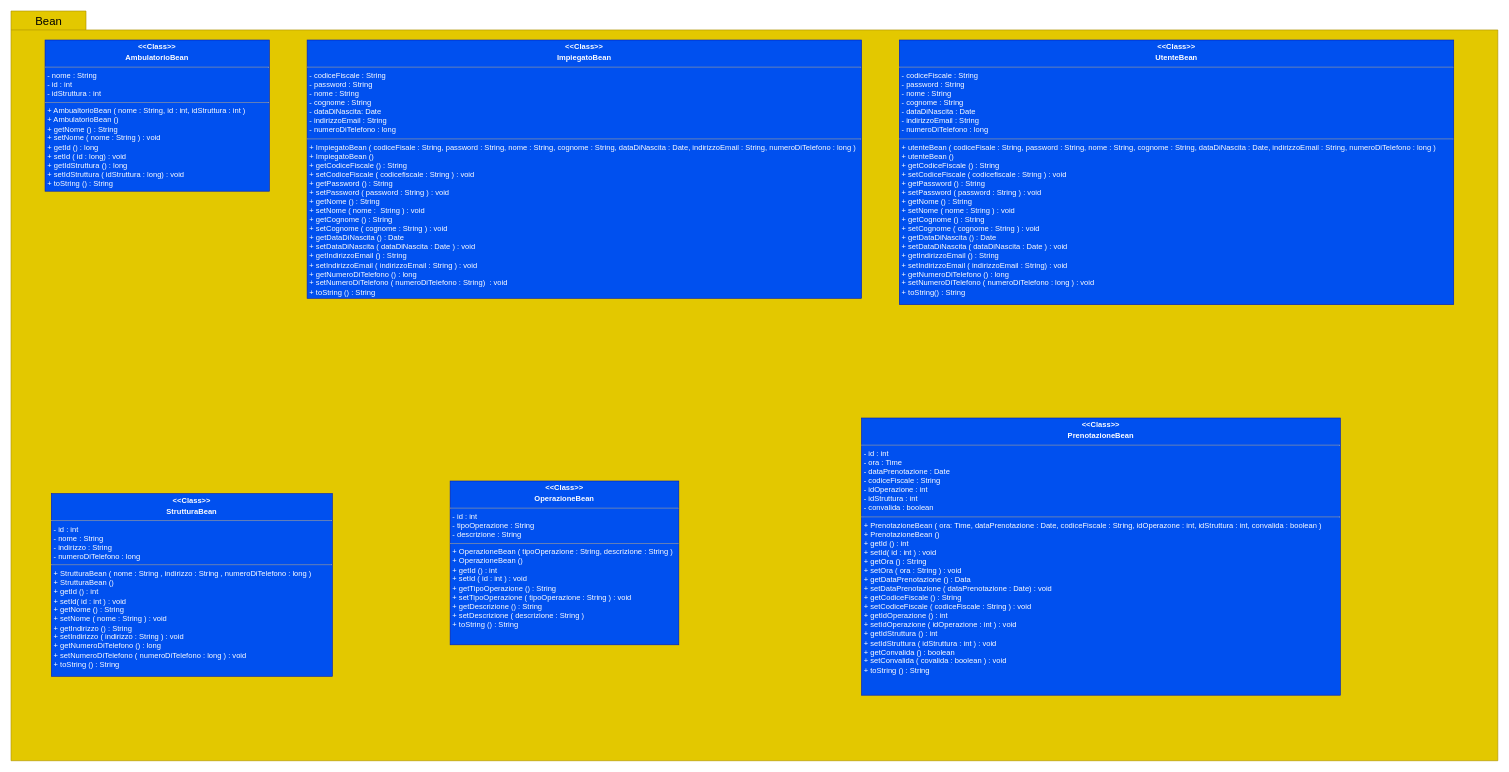
Above: Documenti/ODD/Packages/Beans.drawio in Givaa/MedQueue (draw.io), before the change. Source tidied: cells renumbered, new cells numbered last; positions are measured from the earlier drawing's top-left corner, leaving out a move shared by most shapes. Both pictures are drawn from the tidied source at 63%, with x=0, y=0 at pixel (11, 11).
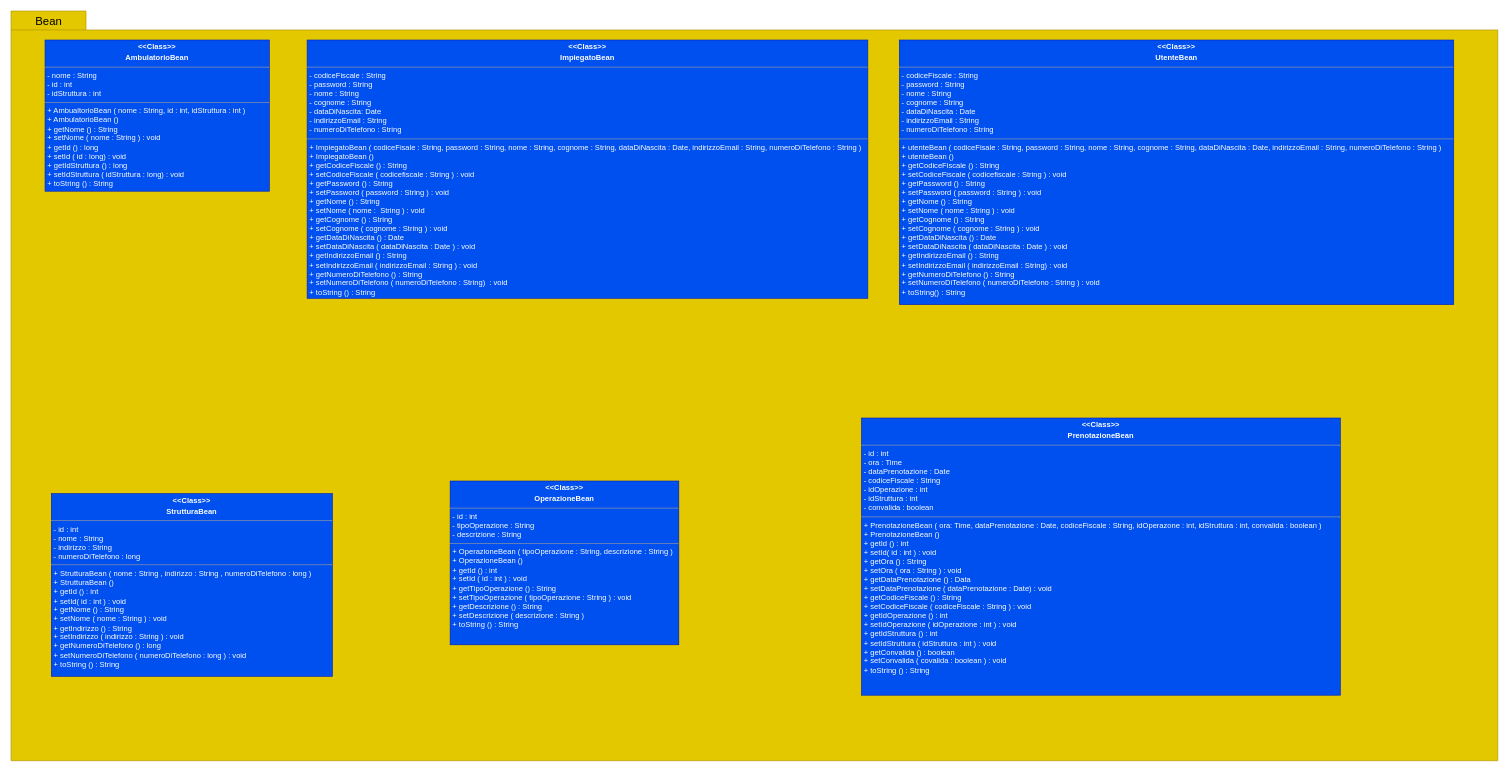
Above is the later version.

What changed in the source:
```diff
@@
 <mxGraphModel>
   <root>
     <mxCell id="0" />
     <mxCell id="1" parent="0" />
     <mxCell id="2" style="shape=folder;fontStyle=1;spacingTop=10;tabWidth=110;tabHeight=30;tabPosition=left;html=1;fillColor=#e3c800;strokeColor=#B09500;fontColor=#ffffff;" parent="1" vertex="1">
       <mxGeometry width="2360" height="1190" as="geometry" />
     </mxCell>
     <mxCell id="3" value="&lt;font style=&quot;font-size: 18px&quot;&gt;Bean&lt;/font&gt;" style="text;html=1;strokeColor=none;fillColor=none;align=center;verticalAlign=middle;whiteSpace=wrap;rounded=0;" parent="1" vertex="1">
       <mxGeometry x="40" y="6" width="40" height="20" as="geometry" />
     </mxCell>
     <mxCell id="4" value="&lt;p style=&quot;margin: 0px ; margin-top: 4px ; text-align: center&quot;&gt;&lt;b&gt;&amp;lt;&amp;lt;Class&amp;gt;&amp;gt;&lt;/b&gt;&lt;/p&gt;&lt;p style=&quot;margin: 0px ; margin-top: 4px ; text-align: center&quot;&gt;&lt;b&gt;AmbulatorioBean&lt;/b&gt;&lt;/p&gt;&lt;hr size=&quot;1&quot;&gt;&lt;p style=&quot;margin: 0px ; margin-left: 4px&quot;&gt;- nome : String&lt;/p&gt;&lt;p style=&quot;margin: 0px ; margin-left: 4px&quot;&gt;- id : int&lt;/p&gt;&lt;p style=&quot;margin: 0px ; margin-left: 4px&quot;&gt;- idStruttura : int&lt;/p&gt;&lt;hr size=&quot;1&quot;&gt;&lt;p style=&quot;margin: 0px ; margin-left: 4px&quot;&gt;+ AmbualtorioBean ( nome : String, id : int, idStruttura : int )&lt;/p&gt;&lt;p style=&quot;margin: 0px ; margin-left: 4px&quot;&gt;+ AmbulatorioBean ()&lt;/p&gt;&lt;p style=&quot;margin: 0px ; margin-left: 4px&quot;&gt;+ getNome () : String&lt;/p&gt;&lt;p style=&quot;margin: 0px ; margin-left: 4px&quot;&gt;+ setNome ( nome : String ) : void&lt;/p&gt;&lt;p style=&quot;margin: 0px ; margin-left: 4px&quot;&gt;+ getId () : long&lt;/p&gt;&lt;p style=&quot;margin: 0px ; margin-left: 4px&quot;&gt;+ setId ( id :&lt;span&gt;&amp;nbsp;long) : void&lt;/span&gt;&lt;/p&gt;&lt;p style=&quot;margin: 0px ; margin-left: 4px&quot;&gt;+ getIdStruttura () : long&lt;/p&gt;&lt;p style=&quot;margin: 0px ; margin-left: 4px&quot;&gt;+ setIdStruttura ( idStruttura : long) : void&lt;/p&gt;&lt;p style=&quot;margin: 0px ; margin-left: 4px&quot;&gt;+ toString () : String&lt;/p&gt;&lt;p style=&quot;margin: 0px ; margin-left: 4px&quot;&gt;&lt;br&gt;&lt;/p&gt;" style="verticalAlign=top;align=left;overflow=fill;fontSize=12;fontFamily=Helvetica;html=1;fillColor=#0050ef;strokeColor=#001DBC;fontColor=#ffffff;" parent="1" vertex="1">
       <mxGeometry x="54" y="46" width="356" height="240" as="geometry" />
     </mxCell>
-    <mxCell id="5" value="&lt;p style=&quot;margin: 0px ; margin-top: 4px ; text-align: center&quot;&gt;&lt;b&gt;&amp;lt;&amp;lt;Class&amp;gt;&amp;gt;&lt;/b&gt;&lt;b&gt;&lt;br&gt;&lt;/b&gt;&lt;/p&gt;&lt;p style=&quot;margin: 0px ; margin-top: 4px ; text-align: center&quot;&gt;&lt;b&gt;ImpiegatoBean&lt;/b&gt;&lt;/p&gt;&lt;hr size=&quot;1&quot;&gt;&lt;p style=&quot;margin: 0px ; margin-left: 4px&quot;&gt;- codiceFiscale : String&lt;/p&gt;&lt;p style=&quot;margin: 0px ; margin-left: 4px&quot;&gt;- password : String&lt;/p&gt;&lt;p style=&quot;margin: 0px ; margin-left: 4px&quot;&gt;- nome : String&lt;/p&gt;&lt;p style=&quot;margin: 0px ; margin-left: 4px&quot;&gt;- cognome : String&lt;/p&gt;&lt;p style=&quot;margin: 0px ; margin-left: 4px&quot;&gt;- dataDiNascita: Date&lt;/p&gt;&lt;p style=&quot;margin: 0px ; margin-left: 4px&quot;&gt;- indirizzoEmail : String&lt;/p&gt;&lt;p style=&quot;margin: 0px ; margin-left: 4px&quot;&gt;- numeroDiTelefono : long&lt;/p&gt;&lt;hr size=&quot;1&quot;&gt;&lt;p style=&quot;margin: 0px ; margin-left: 4px&quot;&gt;+ ImpiegatoBean ( codiceFisale : String, password : String, nome : String, cognome : String, dataDiNascita : Date, indirizzoEmail : String, numeroDiTelefono : long )&lt;/p&gt;&lt;p style=&quot;margin: 0px ; margin-left: 4px&quot;&gt;+ ImpiegatoBean ()&lt;/p&gt;&lt;p style=&quot;margin: 0px ; margin-left: 4px&quot;&gt;+ getCodiceFiscale () : String&lt;/p&gt;&lt;p style=&quot;margin: 0px ; margin-left: 4px&quot;&gt;+ setCodiceFiscale ( codicefiscale : String ) : void&lt;/p&gt;&lt;p style=&quot;margin: 0px ; margin-left: 4px&quot;&gt;+ getPassword () : String&lt;/p&gt;&lt;p style=&quot;margin: 0px ; margin-left: 4px&quot;&gt;+ setPassword ( password : String ) : void&lt;/p&gt;&lt;p style=&quot;margin: 0px ; margin-left: 4px&quot;&gt;+ getNome () : String&lt;/p&gt;&lt;p style=&quot;margin: 0px ; margin-left: 4px&quot;&gt;+ setNome ( nome :&amp;nbsp; String ) : void&lt;/p&gt;&lt;p style=&quot;margin: 0px ; margin-left: 4px&quot;&gt;+ getCognome () : String&lt;/p&gt;&lt;p style=&quot;margin: 0px ; margin-left: 4px&quot;&gt;+ setCognome ( cognome : String ) : void&lt;/p&gt;&lt;p style=&quot;margin: 0px ; margin-left: 4px&quot;&gt;+ getDataDiNascita () : Date&lt;/p&gt;&lt;p style=&quot;margin: 0px ; margin-left: 4px&quot;&gt;+ setDataDiNascita ( dataDiNascita : Date ) : void&lt;/p&gt;&lt;p style=&quot;margin: 0px ; margin-left: 4px&quot;&gt;+ getIndirizzoEmail () : String&lt;/p&gt;&lt;p style=&quot;margin: 0px ; margin-left: 4px&quot;&gt;+ setIndirizzoEmail ( indirizzoEmail : String ) : void&lt;/p&gt;&lt;p style=&quot;margin: 0px ; margin-left: 4px&quot;&gt;+ getNumeroDiTelefono () : long&lt;/p&gt;&lt;p style=&quot;margin: 0px ; margin-left: 4px&quot;&gt;+ setNumeroDiTelefono ( numeroDiTelefono : String)&amp;nbsp; : void&lt;/p&gt;&lt;p style=&quot;margin: 0px ; margin-left: 4px&quot;&gt;+ toString () : String&lt;/p&gt;&lt;p style=&quot;margin: 0px ; margin-left: 4px&quot;&gt;&lt;br&gt;&lt;/p&gt;&lt;p style=&quot;margin: 0px ; margin-left: 4px&quot;&gt;&lt;br&gt;&lt;/p&gt;" style="verticalAlign=top;align=left;overflow=fill;fontSize=12;fontFamily=Helvetica;html=1;fillColor=#0050ef;strokeColor=#001DBC;fontColor=#ffffff;" parent="1" vertex="1">
-      <mxGeometry x="470" y="46" width="880" height="410" as="geometry" />
+    <mxCell id="5" value="&lt;p style=&quot;margin: 0px ; margin-top: 4px ; text-align: center&quot;&gt;&lt;b&gt;&amp;lt;&amp;lt;Class&amp;gt;&amp;gt;&lt;/b&gt;&lt;b&gt;&lt;br&gt;&lt;/b&gt;&lt;/p&gt;&lt;p style=&quot;margin: 0px ; margin-top: 4px ; text-align: center&quot;&gt;&lt;b&gt;ImpiegatoBean&lt;/b&gt;&lt;/p&gt;&lt;hr size=&quot;1&quot;&gt;&lt;p style=&quot;margin: 0px ; margin-left: 4px&quot;&gt;- codiceFiscale : String&lt;/p&gt;&lt;p style=&quot;margin: 0px ; margin-left: 4px&quot;&gt;- password : String&lt;/p&gt;&lt;p style=&quot;margin: 0px ; margin-left: 4px&quot;&gt;- nome : String&lt;/p&gt;&lt;p style=&quot;margin: 0px ; margin-left: 4px&quot;&gt;- cognome : String&lt;/p&gt;&lt;p style=&quot;margin: 0px ; margin-left: 4px&quot;&gt;- dataDiNascita: Date&lt;/p&gt;&lt;p style=&quot;margin: 0px ; margin-left: 4px&quot;&gt;- indirizzoEmail : String&lt;/p&gt;&lt;p style=&quot;margin: 0px ; margin-left: 4px&quot;&gt;- numeroDiTelefono : String&lt;/p&gt;&lt;hr size=&quot;1&quot;&gt;&lt;p style=&quot;margin: 0px ; margin-left: 4px&quot;&gt;+ ImpiegatoBean ( codiceFisale : String, password : String, nome : String, cognome : String, dataDiNascita : Date, indirizzoEmail : String, numeroDiTelefono : String )&lt;/p&gt;&lt;p style=&quot;margin: 0px ; margin-left: 4px&quot;&gt;+ ImpiegatoBean ()&lt;/p&gt;&lt;p style=&quot;margin: 0px ; margin-left: 4px&quot;&gt;+ getCodiceFiscale () : String&lt;/p&gt;&lt;p style=&quot;margin: 0px ; margin-left: 4px&quot;&gt;+ setCodiceFiscale ( codicefiscale : String ) : void&lt;/p&gt;&lt;p style=&quot;margin: 0px ; margin-left: 4px&quot;&gt;+ getPassword () : String&lt;/p&gt;&lt;p style=&quot;margin: 0px ; margin-left: 4px&quot;&gt;+ setPassword ( password : String ) : void&lt;/p&gt;&lt;p style=&quot;margin: 0px ; margin-left: 4px&quot;&gt;+ getNome () : String&lt;/p&gt;&lt;p style=&quot;margin: 0px ; margin-left: 4px&quot;&gt;+ setNome ( nome :&amp;nbsp; String ) : void&lt;/p&gt;&lt;p style=&quot;margin: 0px ; margin-left: 4px&quot;&gt;+ getCognome () : String&lt;/p&gt;&lt;p style=&quot;margin: 0px ; margin-left: 4px&quot;&gt;+ setCognome ( cognome : String ) : void&lt;/p&gt;&lt;p style=&quot;margin: 0px ; margin-left: 4px&quot;&gt;+ getDataDiNascita () : Date&lt;/p&gt;&lt;p style=&quot;margin: 0px ; margin-left: 4px&quot;&gt;+ setDataDiNascita ( dataDiNascita : Date ) : void&lt;/p&gt;&lt;p style=&quot;margin: 0px ; margin-left: 4px&quot;&gt;+ getIndirizzoEmail () : String&lt;/p&gt;&lt;p style=&quot;margin: 0px ; margin-left: 4px&quot;&gt;+ setIndirizzoEmail ( indirizzoEmail : String ) : void&lt;/p&gt;&lt;p style=&quot;margin: 0px ; margin-left: 4px&quot;&gt;+ getNumeroDiTelefono () : String&lt;/p&gt;&lt;p style=&quot;margin: 0px ; margin-left: 4px&quot;&gt;+ setNumeroDiTelefono ( numeroDiTelefono : String)&amp;nbsp; : void&lt;/p&gt;&lt;p style=&quot;margin: 0px ; margin-left: 4px&quot;&gt;+ toString () : String&lt;/p&gt;&lt;p style=&quot;margin: 0px ; margin-left: 4px&quot;&gt;&lt;br&gt;&lt;/p&gt;&lt;p style=&quot;margin: 0px ; margin-left: 4px&quot;&gt;&lt;br&gt;&lt;/p&gt;" style="verticalAlign=top;align=left;overflow=fill;fontSize=12;fontFamily=Helvetica;html=1;fillColor=#0050ef;strokeColor=#001DBC;fontColor=#ffffff;" parent="1" vertex="1">
+      <mxGeometry x="470" y="46" width="890" height="410" as="geometry" />
     </mxCell>
-    <mxCell id="6" value="&lt;p style=&quot;margin: 0px ; margin-top: 4px ; text-align: center&quot;&gt;&lt;b&gt;&amp;lt;&amp;lt;Class&amp;gt;&amp;gt;&lt;/b&gt;&lt;b&gt;&lt;br&gt;&lt;/b&gt;&lt;/p&gt;&lt;p style=&quot;margin: 0px ; margin-top: 4px ; text-align: center&quot;&gt;&lt;b&gt;UtenteBean&lt;/b&gt;&lt;/p&gt;&lt;hr size=&quot;1&quot;&gt;&lt;p style=&quot;margin: 0px ; margin-left: 4px&quot;&gt;- codiceFiscale : String&lt;/p&gt;&lt;p style=&quot;margin: 0px ; margin-left: 4px&quot;&gt;- password : String&lt;/p&gt;&lt;p style=&quot;margin: 0px ; margin-left: 4px&quot;&gt;- nome : String&lt;/p&gt;&lt;p style=&quot;margin: 0px ; margin-left: 4px&quot;&gt;- cognome : String&lt;/p&gt;&lt;p style=&quot;margin: 0px ; margin-left: 4px&quot;&gt;- dataDiNascita : Date&lt;/p&gt;&lt;p style=&quot;margin: 0px ; margin-left: 4px&quot;&gt;- indirizzoEmail : String&lt;/p&gt;&lt;p style=&quot;margin: 0px ; margin-left: 4px&quot;&gt;- numeroDiTelefono : long&lt;/p&gt;&lt;hr size=&quot;1&quot;&gt;&lt;p style=&quot;margin: 0px ; margin-left: 4px&quot;&gt;+ utenteBean ( codiceFisale : String, password : String, nome : String, cognome : String, dataDiNascita : Date, indirizzoEmail : String, numeroDiTelefono : long )&lt;/p&gt;&lt;p style=&quot;margin: 0px ; margin-left: 4px&quot;&gt;+ utenteBean ()&lt;/p&gt;&lt;p style=&quot;margin: 0px ; margin-left: 4px&quot;&gt;+ getCodiceFiscale () : String&lt;/p&gt;&lt;p style=&quot;margin: 0px ; margin-left: 4px&quot;&gt;+ setCodiceFiscale ( codicefiscale : String ) : void&lt;/p&gt;&lt;p style=&quot;margin: 0px ; margin-left: 4px&quot;&gt;+ getPassword () : String&lt;/p&gt;&lt;p style=&quot;margin: 0px ; margin-left: 4px&quot;&gt;+ setPassword ( password : String ) : void&lt;/p&gt;&lt;p style=&quot;margin: 0px ; margin-left: 4px&quot;&gt;+ getNome () : String&lt;/p&gt;&lt;p style=&quot;margin: 0px ; margin-left: 4px&quot;&gt;+ setNome ( nome : String ) : void&lt;/p&gt;&lt;p style=&quot;margin: 0px ; margin-left: 4px&quot;&gt;+ getCognome () : String&lt;/p&gt;&lt;p style=&quot;margin: 0px ; margin-left: 4px&quot;&gt;+ setCognome ( cognome : String ) : void&lt;/p&gt;&lt;p style=&quot;margin: 0px ; margin-left: 4px&quot;&gt;+ getDataDiNascita () : Date&lt;/p&gt;&lt;p style=&quot;margin: 0px ; margin-left: 4px&quot;&gt;+ setDataDiNascita ( dataDiNascita : Date ) : void&lt;/p&gt;&lt;p style=&quot;margin: 0px ; margin-left: 4px&quot;&gt;+ getIndirizzoEmail () : String&lt;/p&gt;&lt;p style=&quot;margin: 0px ; margin-left: 4px&quot;&gt;+ setIndirizzoEmail ( indirizzoEmail : String) : void&lt;/p&gt;&lt;p style=&quot;margin: 0px ; margin-left: 4px&quot;&gt;+ getNumeroDiTelefono () : long&lt;/p&gt;&lt;p style=&quot;margin: 0px ; margin-left: 4px&quot;&gt;+ setNumeroDiTelefono ( numeroDiTelefono : long ) : void&lt;/p&gt;&lt;p style=&quot;margin: 0px ; margin-left: 4px&quot;&gt;+ toString() : String&lt;/p&gt;&lt;p style=&quot;margin: 0px ; margin-left: 4px&quot;&gt;&lt;br&gt;&lt;/p&gt;&lt;p style=&quot;margin: 0px ; margin-left: 4px&quot;&gt;&lt;br&gt;&lt;/p&gt;" style="verticalAlign=top;align=left;overflow=fill;fontSize=12;fontFamily=Helvetica;html=1;fillColor=#0050ef;strokeColor=#001DBC;fontColor=#ffffff;" parent="1" vertex="1">
+    <mxCell id="6" value="&lt;p style=&quot;margin: 0px ; margin-top: 4px ; text-align: center&quot;&gt;&lt;b&gt;&amp;lt;&amp;lt;Class&amp;gt;&amp;gt;&lt;/b&gt;&lt;b&gt;&lt;br&gt;&lt;/b&gt;&lt;/p&gt;&lt;p style=&quot;margin: 0px ; margin-top: 4px ; text-align: center&quot;&gt;&lt;b&gt;UtenteBean&lt;/b&gt;&lt;/p&gt;&lt;hr size=&quot;1&quot;&gt;&lt;p style=&quot;margin: 0px ; margin-left: 4px&quot;&gt;- codiceFiscale : String&lt;/p&gt;&lt;p style=&quot;margin: 0px ; margin-left: 4px&quot;&gt;- password : String&lt;/p&gt;&lt;p style=&quot;margin: 0px ; margin-left: 4px&quot;&gt;- nome : String&lt;/p&gt;&lt;p style=&quot;margin: 0px ; margin-left: 4px&quot;&gt;- cognome : String&lt;/p&gt;&lt;p style=&quot;margin: 0px ; margin-left: 4px&quot;&gt;- dataDiNascita : Date&lt;/p&gt;&lt;p style=&quot;margin: 0px ; margin-left: 4px&quot;&gt;- indirizzoEmail : String&lt;/p&gt;&lt;p style=&quot;margin: 0px ; margin-left: 4px&quot;&gt;- numeroDiTelefono : String&lt;/p&gt;&lt;hr size=&quot;1&quot;&gt;&lt;p style=&quot;margin: 0px ; margin-left: 4px&quot;&gt;+ utenteBean ( codiceFisale : String, password : String, nome : String, cognome : String, dataDiNascita : Date, indirizzoEmail : String, numeroDiTelefono : String )&lt;/p&gt;&lt;p style=&quot;margin: 0px ; margin-left: 4px&quot;&gt;+ utenteBean ()&lt;/p&gt;&lt;p style=&quot;margin: 0px ; margin-left: 4px&quot;&gt;+ getCodiceFiscale () : String&lt;/p&gt;&lt;p style=&quot;margin: 0px ; margin-left: 4px&quot;&gt;+ setCodiceFiscale ( codicefiscale : String ) : void&lt;/p&gt;&lt;p style=&quot;margin: 0px ; margin-left: 4px&quot;&gt;+ getPassword () : String&lt;/p&gt;&lt;p style=&quot;margin: 0px ; margin-left: 4px&quot;&gt;+ setPassword ( password : String ) : void&lt;/p&gt;&lt;p style=&quot;margin: 0px ; margin-left: 4px&quot;&gt;+ getNome () : String&lt;/p&gt;&lt;p style=&quot;margin: 0px ; margin-left: 4px&quot;&gt;+ setNome ( nome : String ) : void&lt;/p&gt;&lt;p style=&quot;margin: 0px ; margin-left: 4px&quot;&gt;+ getCognome () : String&lt;/p&gt;&lt;p style=&quot;margin: 0px ; margin-left: 4px&quot;&gt;+ setCognome ( cognome : String ) : void&lt;/p&gt;&lt;p style=&quot;margin: 0px ; margin-left: 4px&quot;&gt;+ getDataDiNascita () : Date&lt;/p&gt;&lt;p style=&quot;margin: 0px ; margin-left: 4px&quot;&gt;+ setDataDiNascita ( dataDiNascita : Date ) : void&lt;/p&gt;&lt;p style=&quot;margin: 0px ; margin-left: 4px&quot;&gt;+ getIndirizzoEmail () : String&lt;/p&gt;&lt;p style=&quot;margin: 0px ; margin-left: 4px&quot;&gt;+ setIndirizzoEmail ( indirizzoEmail : String) : void&lt;/p&gt;&lt;p style=&quot;margin: 0px ; margin-left: 4px&quot;&gt;+ getNumeroDiTelefono () : String&lt;/p&gt;&lt;p style=&quot;margin: 0px ; margin-left: 4px&quot;&gt;+ setNumeroDiTelefono ( numeroDiTelefono : String ) : void&lt;/p&gt;&lt;p style=&quot;margin: 0px ; margin-left: 4px&quot;&gt;+ toString() : String&lt;/p&gt;&lt;p style=&quot;margin: 0px ; margin-left: 4px&quot;&gt;&lt;br&gt;&lt;/p&gt;&lt;p style=&quot;margin: 0px ; margin-left: 4px&quot;&gt;&lt;br&gt;&lt;/p&gt;" style="verticalAlign=top;align=left;overflow=fill;fontSize=12;fontFamily=Helvetica;html=1;fillColor=#0050ef;strokeColor=#001DBC;fontColor=#ffffff;" parent="1" vertex="1">
       <mxGeometry x="1410" y="46" width="880" height="420" as="geometry" />
     </mxCell>
     <mxCell id="7" value="&lt;p style=&quot;margin: 0px ; margin-top: 4px ; text-align: center&quot;&gt;&lt;b&gt;&amp;lt;&amp;lt;Class&amp;gt;&amp;gt;&lt;/b&gt;&lt;b&gt;&lt;br&gt;&lt;/b&gt;&lt;/p&gt;&lt;p style=&quot;margin: 0px ; margin-top: 4px ; text-align: center&quot;&gt;&lt;b&gt;StrutturaBean&lt;/b&gt;&lt;/p&gt;&lt;hr size=&quot;1&quot;&gt;&lt;p style=&quot;margin: 0px ; margin-left: 4px&quot;&gt;- id : int&lt;br&gt;&lt;/p&gt;&lt;p style=&quot;margin: 0px ; margin-left: 4px&quot;&gt;- nome : String&lt;/p&gt;&lt;p style=&quot;margin: 0px ; margin-left: 4px&quot;&gt;- indirizzo : String&lt;/p&gt;&lt;p style=&quot;margin: 0px ; margin-left: 4px&quot;&gt;- numeroDiTelefono : long&lt;/p&gt;&lt;hr size=&quot;1&quot;&gt;&lt;p style=&quot;margin: 0px ; margin-left: 4px&quot;&gt;+ StrutturaBean ( nome : String , indirizzo : String , numeroDiTelefono : long )&lt;/p&gt;&lt;p style=&quot;margin: 0px ; margin-left: 4px&quot;&gt;+ StrutturaBean ()&lt;/p&gt;&lt;p style=&quot;margin: 0px ; margin-left: 4px&quot;&gt;+ getId () : int&lt;/p&gt;&lt;p style=&quot;margin: 0px ; margin-left: 4px&quot;&gt;+ setId( id : int ) : void&lt;/p&gt;&lt;p style=&quot;margin: 0px ; margin-left: 4px&quot;&gt;+ getNome () : String&lt;/p&gt;&lt;p style=&quot;margin: 0px ; margin-left: 4px&quot;&gt;+ setNome ( nome : String ) : void&lt;/p&gt;&lt;p style=&quot;margin: 0px ; margin-left: 4px&quot;&gt;+ getIndirizzo () : String&lt;/p&gt;&lt;p style=&quot;margin: 0px ; margin-left: 4px&quot;&gt;+ setIndirizzo ( indirizzo : String ) : void&lt;/p&gt;&lt;p style=&quot;margin: 0px ; margin-left: 4px&quot;&gt;+ getNumeroDiTelefono () : long&lt;/p&gt;&lt;p style=&quot;margin: 0px ; margin-left: 4px&quot;&gt;+ setNumeroDiTelefono ( numeroDiTelefono : long ) : void&lt;/p&gt;&lt;p style=&quot;margin: 0px ; margin-left: 4px&quot;&gt;+ toString () : String&lt;/p&gt;&lt;p style=&quot;margin: 0px ; margin-left: 4px&quot;&gt;&lt;br&gt;&lt;/p&gt;" style="verticalAlign=top;align=left;overflow=fill;fontSize=12;fontFamily=Helvetica;html=1;fillColor=#0050ef;strokeColor=#001DBC;fontColor=#ffffff;" parent="1" vertex="1">
       <mxGeometry x="64" y="766" width="446" height="290" as="geometry" />
     </mxCell>
     <mxCell id="8" value="&lt;p style=&quot;margin: 0px ; margin-top: 4px ; text-align: center&quot;&gt;&lt;b&gt;&amp;lt;&amp;lt;Class&amp;gt;&amp;gt;&lt;/b&gt;&lt;b&gt;&lt;br&gt;&lt;/b&gt;&lt;/p&gt;&lt;p style=&quot;margin: 0px ; margin-top: 4px ; text-align: center&quot;&gt;&lt;b&gt;OperazioneBean&lt;/b&gt;&lt;/p&gt;&lt;hr size=&quot;1&quot;&gt;&lt;p style=&quot;margin: 0px ; margin-left: 4px&quot;&gt;- id : int&lt;br&gt;&lt;/p&gt;&lt;p style=&quot;margin: 0px ; margin-left: 4px&quot;&gt;- tipoOperazione : String&lt;/p&gt;&lt;p style=&quot;margin: 0px ; margin-left: 4px&quot;&gt;- descrizione : String&lt;/p&gt;&lt;hr size=&quot;1&quot;&gt;&lt;p style=&quot;margin: 0px ; margin-left: 4px&quot;&gt;+ OperazioneBean ( tipoOperazione : String, descrizione : String )&lt;/p&gt;&lt;p style=&quot;margin: 0px ; margin-left: 4px&quot;&gt;+ OperazioneBean ()&lt;/p&gt;&lt;p style=&quot;margin: 0px ; margin-left: 4px&quot;&gt;+ getId () : int&lt;/p&gt;&lt;p style=&quot;margin: 0px ; margin-left: 4px&quot;&gt;+ setId ( id : int ) : void&lt;/p&gt;&lt;p style=&quot;margin: 0px ; margin-left: 4px&quot;&gt;+ getTipoOperazione () : String&lt;/p&gt;&lt;p style=&quot;margin: 0px ; margin-left: 4px&quot;&gt;+ setTipoOperazione ( tipoOperazione : String ) : void&lt;/p&gt;&lt;p style=&quot;margin: 0px ; margin-left: 4px&quot;&gt;+ getDescrizione () : String&lt;/p&gt;&lt;p style=&quot;margin: 0px ; margin-left: 4px&quot;&gt;+ setDescrizione ( descrizione : String )&lt;/p&gt;&lt;p style=&quot;margin: 0px ; margin-left: 4px&quot;&gt;+ toString () : String&lt;/p&gt;&lt;p style=&quot;margin: 0px ; margin-left: 4px&quot;&gt;&lt;br&gt;&lt;/p&gt;" style="verticalAlign=top;align=left;overflow=fill;fontSize=12;fontFamily=Helvetica;html=1;fillColor=#0050ef;strokeColor=#001DBC;fontColor=#ffffff;" parent="1" vertex="1">
       <mxGeometry x="697" y="746" width="363" height="260" as="geometry" />
     </mxCell>
     <mxCell id="9" value="&lt;p style=&quot;margin: 0px ; margin-top: 4px ; text-align: center&quot;&gt;&lt;b&gt;&amp;lt;&amp;lt;Class&amp;gt;&amp;gt;&lt;/b&gt;&lt;b&gt;&lt;br&gt;&lt;/b&gt;&lt;/p&gt;&lt;p style=&quot;margin: 0px ; margin-top: 4px ; text-align: center&quot;&gt;&lt;b&gt;PrenotazioneBean&lt;/b&gt;&lt;/p&gt;&lt;hr size=&quot;1&quot;&gt;&lt;p style=&quot;margin: 0px ; margin-left: 4px&quot;&gt;- id : int&lt;br&gt;&lt;/p&gt;&lt;p style=&quot;margin: 0px ; margin-left: 4px&quot;&gt;- ora : Time&lt;/p&gt;&lt;p style=&quot;margin: 0px ; margin-left: 4px&quot;&gt;- dataPrenotazione : Date&lt;/p&gt;&lt;p style=&quot;margin: 0px ; margin-left: 4px&quot;&gt;- codiceFiscale : String&lt;/p&gt;&lt;p style=&quot;margin: 0px ; margin-left: 4px&quot;&gt;- idOperazione : int&lt;/p&gt;&lt;p style=&quot;margin: 0px ; margin-left: 4px&quot;&gt;- idStruttura : int&lt;/p&gt;&lt;p style=&quot;margin: 0px ; margin-left: 4px&quot;&gt;- convalida : boolean&lt;/p&gt;&lt;hr size=&quot;1&quot;&gt;&lt;p style=&quot;margin: 0px ; margin-left: 4px&quot;&gt;+ PrenotazioneBean ( ora: Time, dataPrenotazione : Date, codiceFiscale : String, idOperazone : int, idStruttura : int, convalida : boolean )&lt;/p&gt;&lt;p style=&quot;margin: 0px ; margin-left: 4px&quot;&gt;+ PrenotazioneBean ()&lt;/p&gt;&lt;p style=&quot;margin: 0px ; margin-left: 4px&quot;&gt;+ getId () : int&lt;/p&gt;&lt;p style=&quot;margin: 0px ; margin-left: 4px&quot;&gt;+ setId( id : int ) : void&lt;/p&gt;&lt;p style=&quot;margin: 0px ; margin-left: 4px&quot;&gt;+ getOra () : String&lt;/p&gt;&lt;p style=&quot;margin: 0px ; margin-left: 4px&quot;&gt;+ setOra ( ora : String ) : void&lt;/p&gt;&lt;p style=&quot;margin: 0px ; margin-left: 4px&quot;&gt;+ getDataPrenotazione () : Data&lt;/p&gt;&lt;p style=&quot;margin: 0px ; margin-left: 4px&quot;&gt;+ setDataPrenotazione ( dataPrenotazione : Date) : void&lt;/p&gt;&lt;p style=&quot;margin: 0px ; margin-left: 4px&quot;&gt;+ getCodiceFiscale () : String&lt;/p&gt;&lt;p style=&quot;margin: 0px ; margin-left: 4px&quot;&gt;+ setCodiceFiscale ( codiceFiscale : String ) : void&lt;/p&gt;&lt;p style=&quot;margin: 0px ; margin-left: 4px&quot;&gt;+ getIdOperazione () : int&lt;/p&gt;&lt;p style=&quot;margin: 0px ; margin-left: 4px&quot;&gt;+ setIdOperazione ( idOperazione : int ) : void&lt;/p&gt;&lt;p style=&quot;margin: 0px ; margin-left: 4px&quot;&gt;+ getIdStruttura () : int&lt;/p&gt;&lt;p style=&quot;margin: 0px ; margin-left: 4px&quot;&gt;+ setIdStruttura ( idStruttura : int ) : void&lt;/p&gt;&lt;p style=&quot;margin: 0px ; margin-left: 4px&quot;&gt;+ getConvalida () : boolean&lt;/p&gt;&lt;p style=&quot;margin: 0px ; margin-left: 4px&quot;&gt;+ setConvalida ( covalida : boolean ) : void&lt;/p&gt;&lt;p style=&quot;margin: 0px ; margin-left: 4px&quot;&gt;+ toString () : String&lt;/p&gt;&lt;p style=&quot;margin: 0px ; margin-left: 4px&quot;&gt;&lt;br&gt;&lt;/p&gt;&lt;p style=&quot;margin: 0px ; margin-left: 4px&quot;&gt;&lt;br&gt;&lt;/p&gt;" style="verticalAlign=top;align=left;overflow=fill;fontSize=12;fontFamily=Helvetica;html=1;fillColor=#0050ef;strokeColor=#001DBC;fontColor=#ffffff;" parent="1" vertex="1">
       <mxGeometry x="1350" y="646" width="760" height="440" as="geometry" />
     </mxCell>
   </root>
 </mxGraphModel>
```
